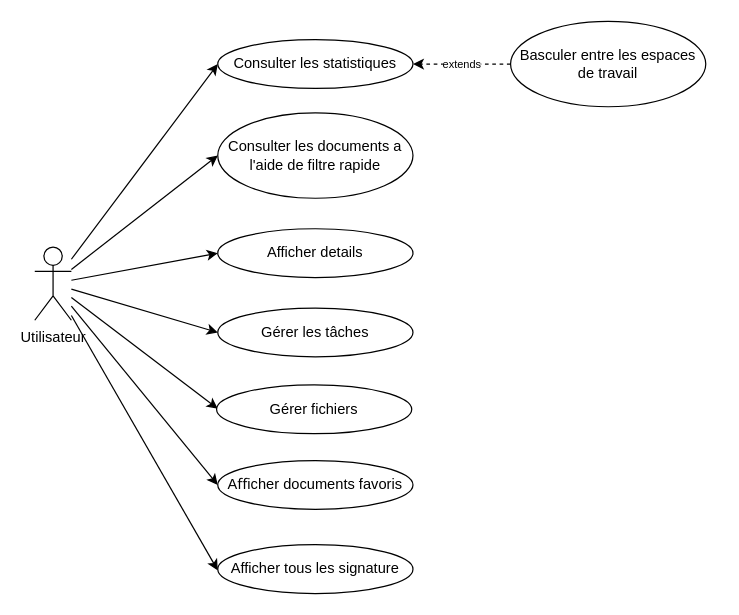
Earlier version of the draw.io diagram useCaseSprint7.drawio (PFE-Neoledge-2023/rapport). Source tidied: cells renumbered, new cells numbered last; positions are measured from the earlier drawing's top-left corner, leaving out a move shared by most shapes. Both pictures are drawn from the tidied source at 122%, with x=0, y=0 at pixel (34, 21).
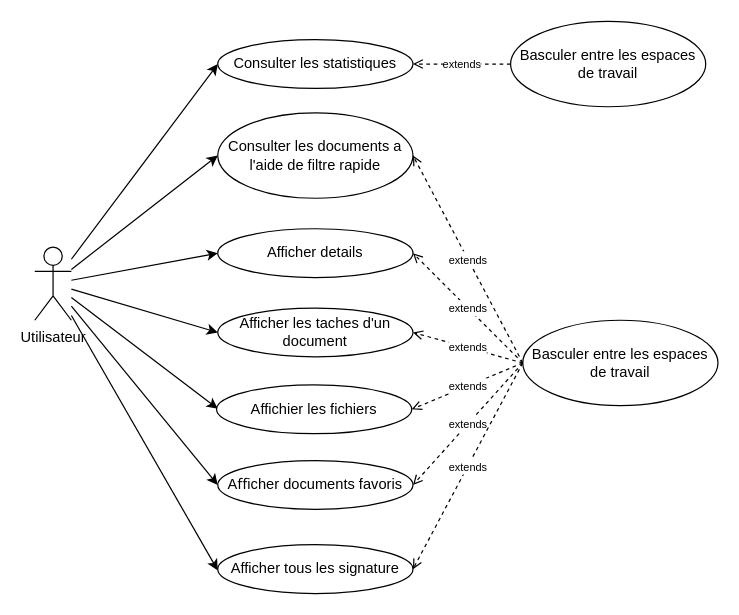
After the change.

The change refers to these unchanged cells:
```xml
<mxCell id="10" value="Consulter les statistiques" style="ellipse;whiteSpace=wrap;html=1;" parent="1" vertex="1">
  <mxGeometry x="150" y="15" width="160" height="40" as="geometry" />
</mxCell>
<mxCell id="11" value="Consulter les documents a l'aide de filtre rapide" style="ellipse;whiteSpace=wrap;html=1;" parent="1" vertex="1">
  <mxGeometry x="150" y="75" width="160" height="70" as="geometry" />
</mxCell>
<mxCell id="13" value="Basculer entre les espaces de travail" style="ellipse;whiteSpace=wrap;html=1;" parent="1" vertex="1">
  <mxGeometry x="390" width="160" height="70" as="geometry" />
</mxCell>
<mxCell id="14" value="Afficher details" style="ellipse;whiteSpace=wrap;html=1;" parent="1" vertex="1">
  <mxGeometry x="150" y="170" width="160" height="40" as="geometry" />
</mxCell>
<mxCell id="17" value="Aﬀicher documents favoris" style="ellipse;whiteSpace=wrap;html=1;" parent="1" vertex="1">
  <mxGeometry x="150" y="360" width="160" height="40" as="geometry" />
</mxCell>
<mxCell id="18" value="Afficher tous les signature" style="ellipse;whiteSpace=wrap;html=1;" parent="1" vertex="1">
  <mxGeometry x="150" y="429" width="160" height="40" as="geometry" />
</mxCell>
```

The edit, as a diff of the source:
```diff
@@
-    <mxCell id="12" value="&lt;font style=&quot;font-size: 9px;&quot;&gt;extends&lt;/font&gt;" style="edgeStyle=none;html=1;entryX=1;entryY=0.5;entryDx=0;entryDy=0;dashed=1;startArrow=none;startFill=0;endArrow=classic;endFill=1;exitX=0;exitY=0.5;exitDx=0;exitDy=0;" parent="1" edge="1" source="13" target="10">
+    <mxCell id="12" value="&lt;font style=&quot;font-size: 9px;&quot;&gt;extends&lt;/font&gt;" style="edgeStyle=none;html=1;entryX=1;entryY=0.5;entryDx=0;entryDy=0;dashed=1;startArrow=none;startFill=0;endArrow=open;endFill=0;exitX=0;exitY=0.5;exitDx=0;exitDy=0;" parent="1" edge="1" source="13" target="10">
       <mxGeometry relative="1" as="geometry" />
     </mxCell>
@@
-    <mxCell id="15" value="Gérer les tâches" style="ellipse;whiteSpace=wrap;html=1;" parent="1" vertex="1">
+    <mxCell id="15" value="Afficher les taches d'un document" style="ellipse;whiteSpace=wrap;html=1;" parent="1" vertex="1">
       <mxGeometry x="150" y="235" width="160" height="40" as="geometry" />
     </mxCell>
-    <mxCell id="16" value="Gérer fichiers" style="ellipse;whiteSpace=wrap;html=1;" parent="1" vertex="1">
+    <mxCell id="16" value="Affichier les fichiers" style="ellipse;whiteSpace=wrap;html=1;" parent="1" vertex="1">
       <mxGeometry x="149" y="298" width="160" height="40" as="geometry" />
     </mxCell>
@@
+    <mxCell id="19" value="&lt;font style=&quot;font-size: 9px;&quot;&gt;extends&lt;/font&gt;" style="edgeStyle=none;html=1;entryX=1;entryY=0.5;entryDx=0;entryDy=0;dashed=1;startArrow=none;startFill=0;endArrow=open;endFill=0;exitX=0;exitY=0.5;exitDx=0;exitDy=0;" parent="1" edge="1" source="20" target="11">
+      <mxGeometry relative="1" as="geometry" />
+    </mxCell>
+    <mxCell id="20" value="Basculer entre les espaces de travail" style="ellipse;whiteSpace=wrap;html=1;" parent="1" vertex="1">
+      <mxGeometry x="400" y="245" width="160" height="70" as="geometry" />
+    </mxCell>
+    <mxCell id="21" value="&lt;font style=&quot;font-size: 9px;&quot;&gt;extends&lt;/font&gt;" style="edgeStyle=none;html=1;entryX=1;entryY=0.5;entryDx=0;entryDy=0;dashed=1;startArrow=none;startFill=0;endArrow=open;endFill=0;exitX=0;exitY=0.5;exitDx=0;exitDy=0;" parent="1" edge="1" source="20" target="14">
+      <mxGeometry relative="1" as="geometry" />
+    </mxCell>
+    <mxCell id="22" value="&lt;font style=&quot;font-size: 9px;&quot;&gt;extends&lt;/font&gt;" style="edgeStyle=none;html=1;entryX=1;entryY=0.5;entryDx=0;entryDy=0;dashed=1;startArrow=none;startFill=0;endArrow=open;endFill=0;exitX=0;exitY=0.5;exitDx=0;exitDy=0;" parent="1" edge="1" source="20" target="15">
+      <mxGeometry relative="1" as="geometry" />
+    </mxCell>
+    <mxCell id="23" value="&lt;font style=&quot;font-size: 9px;&quot;&gt;extends&lt;/font&gt;" style="edgeStyle=none;html=1;entryX=1;entryY=0.5;entryDx=0;entryDy=0;dashed=1;startArrow=none;startFill=0;endArrow=open;endFill=0;exitX=0;exitY=0.5;exitDx=0;exitDy=0;" parent="1" edge="1" source="20" target="16">
+      <mxGeometry relative="1" as="geometry" />
+    </mxCell>
+    <mxCell id="24" value="&lt;font style=&quot;font-size: 9px;&quot;&gt;extends&lt;/font&gt;" style="edgeStyle=none;html=1;entryX=1;entryY=0.5;entryDx=0;entryDy=0;dashed=1;startArrow=none;startFill=0;endArrow=open;endFill=0;exitX=0;exitY=0.5;exitDx=0;exitDy=0;" parent="1" edge="1" source="20" target="17">
+      <mxGeometry relative="1" as="geometry" />
+    </mxCell>
+    <mxCell id="25" value="&lt;font style=&quot;font-size: 9px;&quot;&gt;extends&lt;/font&gt;" style="edgeStyle=none;html=1;entryX=1;entryY=0.5;entryDx=0;entryDy=0;dashed=1;startArrow=none;startFill=0;endArrow=open;endFill=0;exitX=0;exitY=0.5;exitDx=0;exitDy=0;" parent="1" edge="1" source="20" target="18">
+      <mxGeometry relative="1" as="geometry" />
+    </mxCell>
```
